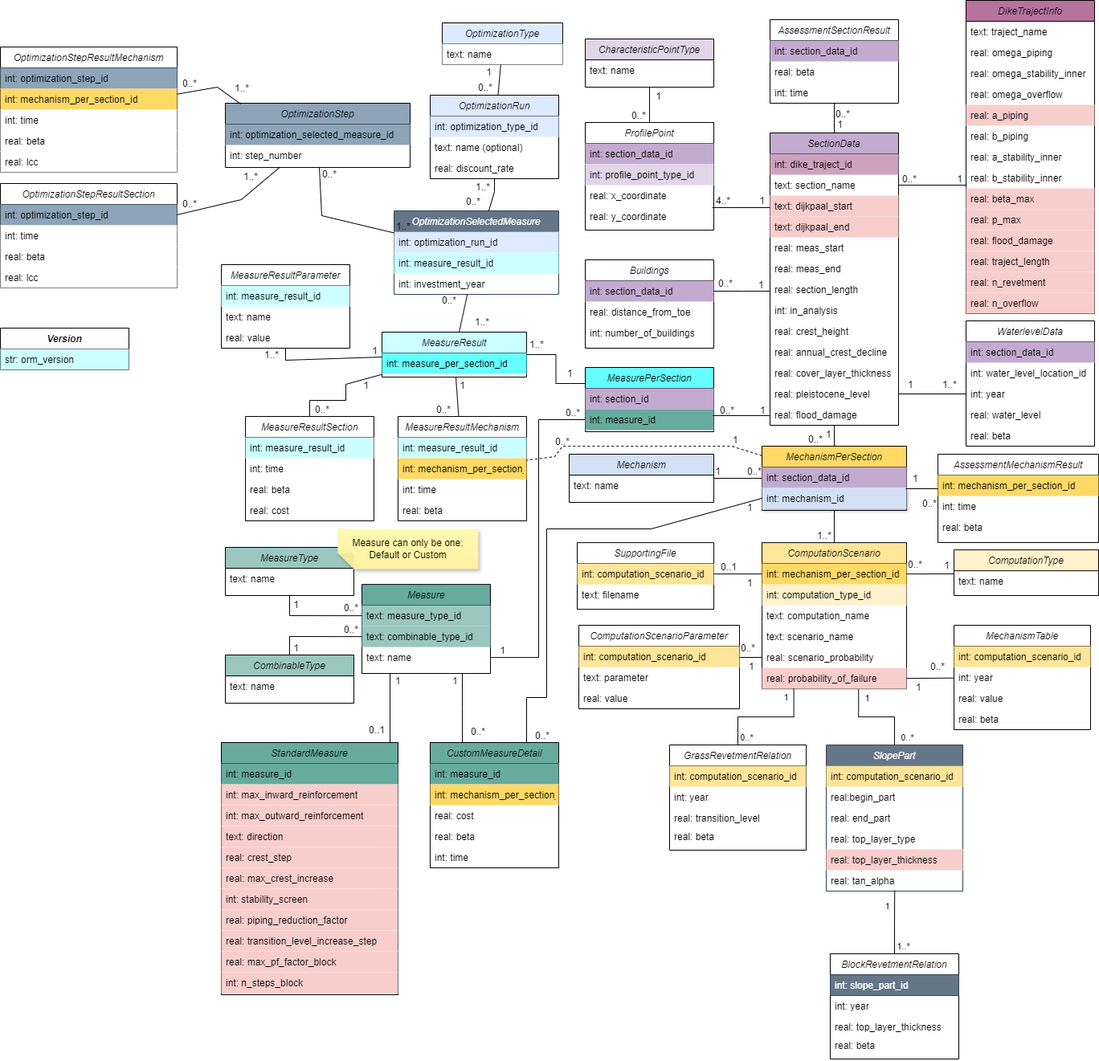
Before: docs/db_diagram/vrtool_sql_input.drawio.png, a diagram exported from draw.io (Deltares/Veiligheidsrendement). Source tidied: cells renumbered, new cells last; positions are measured from the earlier drawing's top-left corner, leaving out a move shared by most shapes.
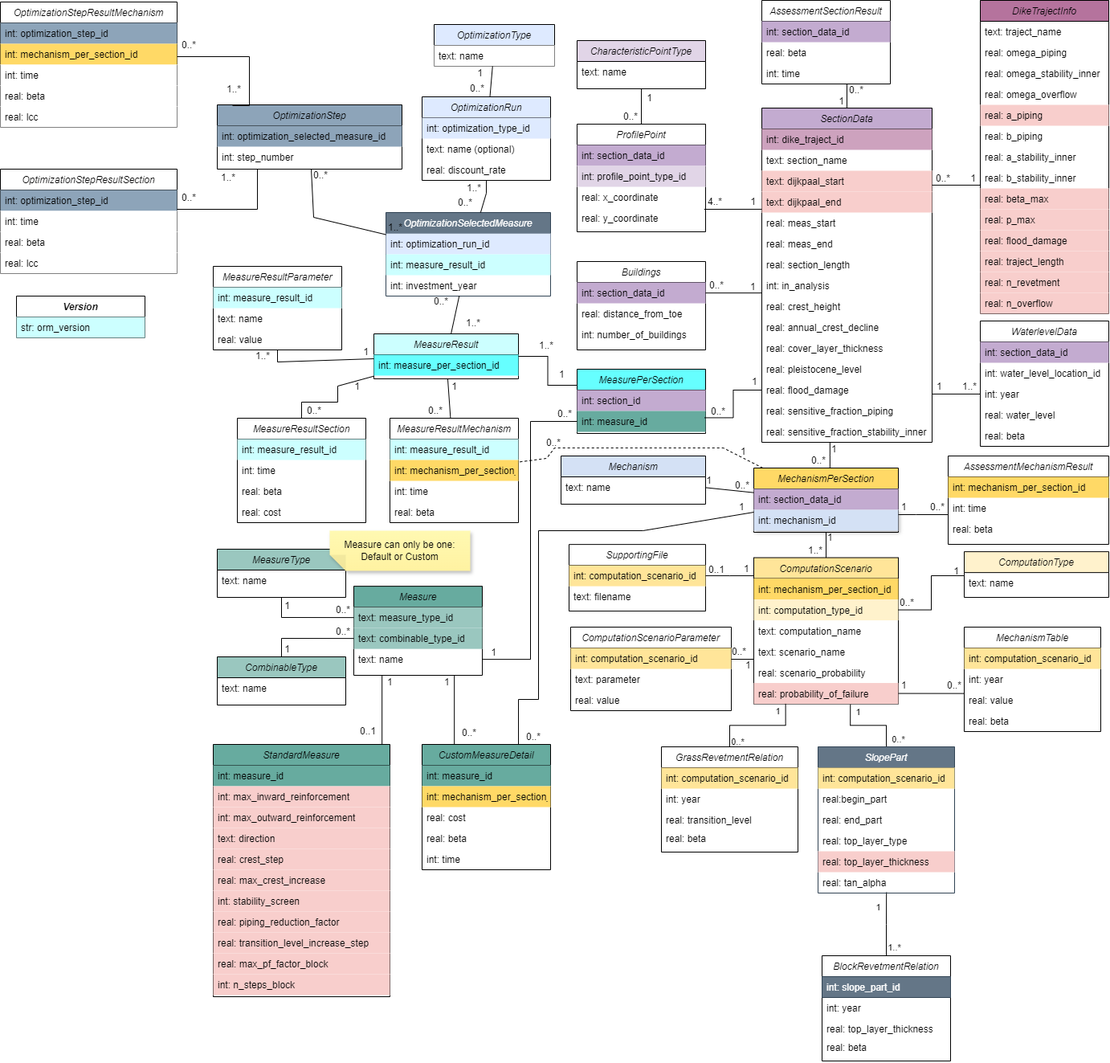
The same diagram one commit later.

Diff of the diagram source:
```diff
@@ -5,43 +5,49 @@
     <mxCell id="2" value="SectionData" style="swimlane;fontStyle=2;align=center;verticalAlign=top;horizontal=1;startSize=26;rounded=0;shadow=0;strokeWidth=1;fillColor=#C3ABD0;" parent="1" vertex="1">
-      <mxGeometry x="958" y="165" width="160" height="364" as="geometry" />
+      <mxGeometry x="958" y="132" width="212" height="416" as="geometry" />
     </mxCell>
     <mxCell id="3" value="int: dike_traject_id" style="text;align=left;verticalAlign=top;spacingLeft=4;spacingRight=4;overflow=hidden;fillColor=#CDA2BE;" parent="2" vertex="1">
-      <mxGeometry y="26" width="160" height="26" as="geometry" />
+      <mxGeometry y="26" width="212" height="26" as="geometry" />
     </mxCell>
     <mxCell id="4" value="text: section_name" style="text;align=left;verticalAlign=top;spacingLeft=4;spacingRight=4;overflow=hidden;rounded=0;shadow=0;html=0;" parent="2" vertex="1">
-      <mxGeometry y="52" width="160" height="26" as="geometry" />
+      <mxGeometry y="52" width="212" height="26" as="geometry" />
     </mxCell>
     <mxCell id="5" value="text: dijkpaal_start" style="text;align=left;verticalAlign=top;spacingLeft=4;spacingRight=4;overflow=hidden;rounded=0;shadow=0;html=0;fillColor=#F8CECC;" parent="2" vertex="1">
-      <mxGeometry y="78" width="160" height="26" as="geometry" />
+      <mxGeometry y="78" width="212" height="26" as="geometry" />
     </mxCell>
     <mxCell id="6" value="text: dijkpaal_end" style="text;align=left;verticalAlign=top;spacingLeft=4;spacingRight=4;overflow=hidden;rounded=0;shadow=0;html=0;fillColor=#F8CECC;" parent="2" vertex="1">
-      <mxGeometry y="104" width="160" height="26" as="geometry" />
+      <mxGeometry y="104" width="212" height="26" as="geometry" />
     </mxCell>
     <mxCell id="7" value="real: meas_start" style="text;align=left;verticalAlign=top;spacingLeft=4;spacingRight=4;overflow=hidden;rounded=0;shadow=0;html=0;" parent="2" vertex="1">
-      <mxGeometry y="130" width="160" height="26" as="geometry" />
+      <mxGeometry y="130" width="212" height="26" as="geometry" />
     </mxCell>
     <mxCell id="8" value="real: meas_end" style="text;align=left;verticalAlign=top;spacingLeft=4;spacingRight=4;overflow=hidden;rounded=0;shadow=0;html=0;" parent="2" vertex="1">
-      <mxGeometry y="156" width="160" height="26" as="geometry" />
+      <mxGeometry y="156" width="212" height="26" as="geometry" />
     </mxCell>
     <mxCell id="9" value="real: section_length" style="text;align=left;verticalAlign=top;spacingLeft=4;spacingRight=4;overflow=hidden;rounded=0;shadow=0;html=0;" parent="2" vertex="1">
-      <mxGeometry y="182" width="160" height="26" as="geometry" />
+      <mxGeometry y="182" width="212" height="26" as="geometry" />
     </mxCell>
     <mxCell id="10" value="int: in_analysis" style="text;align=left;verticalAlign=top;spacingLeft=4;spacingRight=4;overflow=hidden;rounded=0;shadow=0;html=0;" parent="2" vertex="1">
-      <mxGeometry y="208" width="160" height="26" as="geometry" />
+      <mxGeometry y="208" width="212" height="26" as="geometry" />
     </mxCell>
     <mxCell id="11" value="real: crest_height" style="text;align=left;verticalAlign=top;spacingLeft=4;spacingRight=4;overflow=hidden;rounded=0;shadow=0;html=0;" parent="2" vertex="1">
-      <mxGeometry y="234" width="160" height="26" as="geometry" />
+      <mxGeometry y="234" width="212" height="26" as="geometry" />
     </mxCell>
     <mxCell id="12" value="real: annual_crest_decline" style="text;align=left;verticalAlign=top;spacingLeft=4;spacingRight=4;overflow=hidden;rounded=0;shadow=0;html=0;" parent="2" vertex="1">
-      <mxGeometry y="260" width="160" height="26" as="geometry" />
+      <mxGeometry y="260" width="212" height="26" as="geometry" />
     </mxCell>
     <mxCell id="13" value="real: cover_layer_thickness" style="text;align=left;verticalAlign=top;spacingLeft=4;spacingRight=4;overflow=hidden;rounded=0;shadow=0;html=0;" parent="2" vertex="1">
-      <mxGeometry y="286" width="160" height="26" as="geometry" />
+      <mxGeometry y="286" width="212" height="26" as="geometry" />
     </mxCell>
     <mxCell id="14" value="real: pleistocene_level" style="text;align=left;verticalAlign=top;spacingLeft=4;spacingRight=4;overflow=hidden;rounded=0;shadow=0;html=0;" parent="2" vertex="1">
-      <mxGeometry y="312" width="160" height="26" as="geometry" />
+      <mxGeometry y="312" width="212" height="26" as="geometry" />
     </mxCell>
     <mxCell id="15" value="real: flood_damage" style="text;align=left;verticalAlign=top;spacingLeft=4;spacingRight=4;overflow=hidden;points=[[0,0.5],[1,0.5]];portConstraint=eastwest;rounded=0;shadow=0;html=0;" parent="2" vertex="1">
-      <mxGeometry y="338" width="160" height="26" as="geometry" />
+      <mxGeometry y="338" width="212" height="26" as="geometry" />
     </mxCell>
+    <mxCell id="276" value="real: sensitive_fraction_piping" style="text;align=left;verticalAlign=top;spacingLeft=4;spacingRight=4;overflow=hidden;rounded=0;shadow=0;html=0;" parent="2" vertex="1">
+      <mxGeometry y="364" width="212" height="26" as="geometry" />
+    </mxCell>
+    <mxCell id="277" value="real: sensitive_fraction_stability_inner" style="text;align=left;verticalAlign=top;spacingLeft=4;spacingRight=4;overflow=hidden;rounded=0;shadow=0;html=0;" parent="2" vertex="1">
+      <mxGeometry y="390" width="212" height="26" as="geometry" />
+    </mxCell>
     <mxCell id="16" value="Buildings" style="swimlane;fontStyle=2;align=center;verticalAlign=top;horizontal=1;startSize=26;rounded=0;shadow=0;strokeWidth=1;" parent="1" vertex="1">
@@ -86,3 +92,3 @@
     <mxCell id="29" value="MechanismTable" style="swimlane;fontStyle=2;align=center;verticalAlign=top;horizontal=1;startSize=26;rounded=0;shadow=0;strokeWidth=1;fillColor=none;" parent="1" vertex="1">
-      <mxGeometry x="1187" y="778" width="170" height="130" as="geometry" />
+      <mxGeometry x="1210" y="778" width="170" height="130" as="geometry" />
     </mxCell>
@@ -101,3 +107,3 @@
     <mxCell id="34" value="MechanismPerSection" style="swimlane;fontStyle=2;align=center;verticalAlign=top;horizontal=1;startSize=26;rounded=0;shadow=0;strokeWidth=1;fillColor=#FFD966;" parent="1" vertex="1">
-      <mxGeometry x="948" y="555" width="180" height="80" as="geometry" />
+      <mxGeometry x="948" y="580" width="180" height="80" as="geometry" />
     </mxCell>
@@ -119,3 +125,3 @@
     <mxCell id="40" value="WaterlevelData" style="swimlane;fontStyle=2;align=center;verticalAlign=top;horizontal=1;startSize=26;rounded=0;shadow=0;strokeWidth=1;" parent="1" vertex="1">
-      <mxGeometry x="1202" y="399" width="160" height="156" as="geometry" />
+      <mxGeometry x="1230" y="397" width="160" height="156" as="geometry" />
     </mxCell>
@@ -152,3 +158,3 @@
     <mxCell id="51" value="ComputationScenario" style="swimlane;fontStyle=2;align=center;verticalAlign=top;horizontal=1;startSize=26;rounded=0;shadow=0;strokeWidth=1;fillColor=#FFE599;" parent="1" vertex="1">
-      <mxGeometry x="948" y="675.1" width="180" height="182" as="geometry" />
+      <mxGeometry x="948" y="691.6" width="180" height="182" as="geometry" />
     </mxCell>
@@ -172,3 +178,3 @@
     </mxCell>
-    <mxCell id="58" style="endArrow=none;html=1;rounded=0;entryX=0.992;entryY=0.324;entryDx=0;entryDy=0;exitX=0;exitY=0.5;exitDx=0;exitDy=0;entryPerimeter=0;edgeStyle=elbowEdgeStyle;elbow=vertical;" parent="1" edge="1" source="15" target="39">
+    <mxCell id="58" style="endArrow=none;html=1;rounded=0;entryX=0.992;entryY=0.324;entryDx=0;entryDy=0;exitX=0;exitY=0.5;exitDx=0;exitDy=0;entryPerimeter=0;edgeStyle=elbowEdgeStyle;" parent="1" edge="1" source="15" target="39">
       <mxGeometry relative="1" as="geometry" />
@@ -177,3 +183,3 @@
       <mxGeometry x="-1" relative="1" as="geometry">
-        <mxPoint x="-14" y="3" as="offset" />
+        <mxPoint x="-14" y="-1" as="offset" />
       </mxGeometry>
@@ -203,3 +209,3 @@
       <mxGeometry x="-1" relative="1" as="geometry">
-        <mxPoint x="90" y="-148" as="offset" />
+        <mxPoint x="136" y="-172" as="offset" />
       </mxGeometry>
@@ -229,3 +235,3 @@
     </mxCell>
-    <mxCell id="70" style="endArrow=none;html=1;rounded=0;exitX=1;exitY=0.5;exitDx=0;exitDy=0;" parent="1" edge="1" source="57" target="29">
+    <mxCell id="70" style="endArrow=none;html=1;rounded=0;exitX=1;exitY=0.5;exitDx=0;exitDy=0;edgeStyle=elbowEdgeStyle;elbow=vertical;" parent="1" edge="1" source="57" target="29">
       <mxGeometry relative="1" as="geometry" />
@@ -234,3 +240,3 @@
       <mxGeometry x="-1" relative="1" as="geometry">
-        <mxPoint x="10" y="20" as="offset" />
+        <mxPoint x="2" y="-1" as="offset" />
       </mxGeometry>
@@ -239,3 +245,3 @@
       <mxGeometry x="1" relative="1" as="geometry">
-        <mxPoint x="-10" y="-6" as="offset" />
+        <mxPoint x="-1" y="-1" as="offset" />
       </mxGeometry>
@@ -259,3 +265,3 @@
       <mxGeometry x="-1" relative="1" as="geometry">
-        <mxPoint x="-20" as="offset" />
+        <mxPoint x="-25" as="offset" />
       </mxGeometry>
@@ -294,3 +300,3 @@
     <mxCell id="86" value="ComputationType" style="swimlane;fontStyle=2;align=center;verticalAlign=top;horizontal=1;startSize=26;rounded=0;shadow=0;strokeWidth=1;fillColor=#FFF2CC;" parent="1" vertex="1">
-      <mxGeometry x="1187" y="684.1" width="180" height="56.9" as="geometry" />
+      <mxGeometry x="1210" y="684.1" width="180" height="56.9" as="geometry" />
     </mxCell>
@@ -299,3 +305,3 @@
     </mxCell>
-    <mxCell id="88" style="endArrow=none;html=1;rounded=0;exitX=1;exitY=0.5;exitDx=0;exitDy=0;entryX=0;entryY=0.15;entryDx=0;entryDy=0;entryPerimeter=0;" parent="1" edge="1" source="52" target="87">
+    <mxCell id="88" style="endArrow=none;html=1;rounded=0;entryX=0;entryY=0.15;entryDx=0;entryDy=0;entryPerimeter=0;edgeStyle=elbowEdgeStyle;" parent="1" edge="1" source="53" target="87">
       <mxGeometry relative="1" as="geometry" />
@@ -303,5 +309,3 @@
     <mxCell id="89" value="0..*" style="html=1;whiteSpace=wrap;align=left;verticalAlign=bottom;" parent="88" vertex="1">
-      <mxGeometry x="-1" relative="1" as="geometry">
-        <mxPoint y="-3" as="offset" />
-      </mxGeometry>
+      <mxGeometry x="-1" relative="1" as="geometry" />
     </mxCell>
@@ -309,6 +313,6 @@
       <mxGeometry x="1" relative="1" as="geometry">
-        <mxPoint x="-4" y="-2" as="offset" />
+        <mxPoint x="-4" y="4" as="offset" />
       </mxGeometry>
     </mxCell>
-    <mxCell id="91" style="endArrow=none;html=1;rounded=0;" parent="1" edge="1" source="2" target="34">
+    <mxCell id="91" style="endArrow=none;html=1;rounded=0;edgeStyle=elbowEdgeStyle;" parent="1" edge="1" source="2" target="34">
       <mxGeometry relative="1" as="geometry" />
@@ -317,3 +321,3 @@
       <mxGeometry x="-1" relative="1" as="geometry">
-        <mxPoint x="-12" y="20" as="offset" />
+        <mxPoint y="18" as="offset" />
       </mxGeometry>
@@ -322,3 +326,3 @@
       <mxGeometry x="1" relative="1" as="geometry">
-        <mxPoint x="-13" as="offset" />
+        <mxPoint x="-3" as="offset" />
       </mxGeometry>
@@ -397,3 +401,3 @@
       <mxGeometry x="-1" relative="1" as="geometry">
-        <mxPoint x="-20" y="20" as="offset" />
+        <mxPoint x="-20" y="3" as="offset" />
       </mxGeometry>
@@ -475,3 +479,3 @@
     <mxCell id="132" value="DikeTrajectInfo" style="swimlane;fontStyle=2;align=center;verticalAlign=top;horizontal=1;startSize=26;rounded=0;shadow=0;strokeWidth=1;fillColor=#B5739D;" parent="1" vertex="1">
-      <mxGeometry x="1202" width="160" height="390" as="geometry" />
+      <mxGeometry x="1230" y="-2" width="160" height="390" as="geometry" />
     </mxCell>
@@ -541,3 +545,3 @@
     </mxCell>
-    <mxCell id="153" style="endArrow=none;html=1;rounded=0;entryX=1;entryY=0.5;entryDx=0;entryDy=0;exitX=0;exitY=0.5;exitDx=0;exitDy=0;" parent="1" edge="1" source="52" target="151">
+    <mxCell id="153" style="endArrow=none;html=1;rounded=0;edgeStyle=elbowEdgeStyle;elbow=vertical;" parent="1" edge="1" source="51" target="151">
       <mxGeometry relative="1" as="geometry" />
@@ -546,3 +550,3 @@
       <mxGeometry x="-1" relative="1" as="geometry">
-        <mxPoint x="-20" y="20" as="offset" />
+        <mxPoint x="-14" y="1" as="offset" />
       </mxGeometry>
@@ -551,3 +555,3 @@
       <mxGeometry x="1" relative="1" as="geometry">
-        <mxPoint x="30" as="offset" />
+        <mxPoint x="26" y="2" as="offset" />
       </mxGeometry>
@@ -644,9 +648,9 @@
     </mxCell>
-    <mxCell id="182" style="jettySize=auto;html=1;rounded=0;entryX=0;entryY=0.5;entryDx=0;entryDy=0;strokeColor=default;endArrow=none;endFill=0;" parent="1" edge="1" target="43">
-      <mxGeometry relative="1" as="geometry">
-        <mxPoint x="1118" y="490" as="sourcePoint" />
-      </mxGeometry>
+    <mxCell id="182" style="jettySize=auto;html=1;rounded=0;entryX=0;entryY=0.5;entryDx=0;entryDy=0;strokeColor=default;endArrow=none;endFill=0;edgeStyle=elbowEdgeStyle;elbow=vertical;" parent="1" edge="1" source="2" target="43">
+      <mxGeometry relative="1" as="geometry" />
     </mxCell>
     <mxCell id="183" value="1..*" style="html=1;whiteSpace=wrap;align=right;verticalAlign=bottom;fillColor=none;" parent="1" vertex="1">
-      <mxGeometry x="1192" y="487" as="geometry" />
+      <mxGeometry x="1200" y="487" as="geometry">
+        <mxPoint x="28" y="1" as="offset" />
+      </mxGeometry>
     </mxCell>
@@ -662,3 +666,3 @@
     <mxCell id="185" value="1" style="html=1;whiteSpace=wrap;align=left;verticalAlign=bottom;" parent="1" vertex="1">
-      <mxGeometry x="928" y="839" as="geometry">
+      <mxGeometry x="934" y="836" as="geometry">
         <mxPoint x="2" y="-1" as="offset" />
@@ -667,3 +671,3 @@
     <mxCell id="186" value="0..*" style="html=1;whiteSpace=wrap;align=right;verticalAlign=bottom;" parent="1" vertex="1">
-      <mxGeometry x="940" y="822" as="geometry">
+      <mxGeometry x="940" y="825" as="geometry">
         <mxPoint x="1" y="-7" as="offset" />
@@ -672,3 +676,3 @@
     <mxCell id="187" value="AssessmentSectionResult" style="swimlane;fontStyle=2;align=center;verticalAlign=top;horizontal=1;startSize=26;rounded=0;shadow=0;strokeWidth=1;" parent="1" vertex="1">
-      <mxGeometry x="958" y="24" width="160" height="104" as="geometry" />
+      <mxGeometry x="958" y="-2" width="160" height="104" as="geometry" />
     </mxCell>
@@ -683,3 +687,3 @@
     </mxCell>
-    <mxCell id="191" style="endArrow=none;html=1;rounded=0;entryX=0.5;entryY=0;entryDx=0;entryDy=0;" parent="1" edge="1" source="187" target="2">
+    <mxCell id="191" style="endArrow=none;html=1;rounded=0;entryX=0.5;entryY=0;entryDx=0;entryDy=0;edgeStyle=elbowEdgeStyle;" parent="1" edge="1" source="187" target="2">
       <mxGeometry relative="1" as="geometry" />
@@ -688,3 +692,3 @@
       <mxGeometry x="1" relative="1" as="geometry">
-        <mxPoint x="12" y="-2" as="offset" />
+        <mxPoint x="-1" y="1" as="offset" />
       </mxGeometry>
@@ -692,3 +696,3 @@
     <mxCell id="193" value="AssessmentMechanismResult" style="swimlane;fontStyle=2;align=center;verticalAlign=top;horizontal=1;startSize=26;rounded=0;shadow=0;strokeWidth=1;" parent="1" vertex="1">
-      <mxGeometry x="1167" y="565" width="200" height="110" as="geometry" />
+      <mxGeometry x="1190" y="565" width="200" height="110" as="geometry" />
     </mxCell>
@@ -703,15 +707,14 @@
     </mxCell>
-    <mxCell id="197" style="jettySize=auto;html=1;rounded=0;strokeColor=default;endArrow=none;endFill=0;exitX=0.994;exitY=1.038;exitDx=0;exitDy=0;exitPerimeter=0;edgeStyle=elbowEdgeStyle;elbow=vertical;" parent="1" edge="1" source="35" target="193">
-      <mxGeometry relative="1" as="geometry" />
+    <mxCell id="197" style="jettySize=auto;html=1;rounded=0;strokeColor=default;endArrow=none;endFill=0;edgeStyle=elbowEdgeStyle;elbow=vertical;" parent="1" edge="1" source="34" target="193">
+      <mxGeometry relative="1" as="geometry">
+        <Array as="points">
+          <mxPoint x="1150" y="638" />
+        </Array>
+      </mxGeometry>
     </mxCell>
-    <mxCell id="198" value="1" style="html=1;whiteSpace=wrap;align=left;verticalAlign=bottom;" parent="1" vertex="1">
-      <mxGeometry x="1132" y="504" as="geometry">
-        <mxPoint x="2" y="100" as="offset" />
-      </mxGeometry>
-    </mxCell>
     <mxCell id="199" value="0..*" style="html=1;whiteSpace=wrap;align=left;verticalAlign=bottom;" parent="1" vertex="1">
-      <mxGeometry x="1038" y="150" as="geometry" />
+      <mxGeometry x="1065" y="119" as="geometry" />
     </mxCell>
     <mxCell id="200" value="0..*" style="html=1;whiteSpace=wrap;align=left;verticalAlign=bottom;" parent="1" vertex="1">
-      <mxGeometry x="1000" y="188" as="geometry">
+      <mxGeometry x="1020" y="191" as="geometry">
         <mxPoint x="146" y="447" as="offset" />
@@ -734,3 +737,3 @@
     <mxCell id="205" value="1..*" style="html=1;whiteSpace=wrap;align=right;verticalAlign=bottom;fillColor=none;" parent="1" vertex="1">
-      <mxGeometry x="1240" y="595" as="geometry">
+      <mxGeometry x="1263" y="595" as="geometry">
         <mxPoint x="-562" y="-158" as="offset" />
@@ -939,3 +942,3 @@
       <mxGeometry x="-1" relative="1" as="geometry">
-        <mxPoint x="-38" y="-11" as="offset" />
+        <mxPoint x="-29" y="-11" as="offset" />
       </mxGeometry>
@@ -948,3 +951,3 @@
     <mxCell id="257" value="OptimizationStepResultMechanism" style="swimlane;fontStyle=2;align=center;verticalAlign=top;horizontal=1;startSize=26;rounded=0;shadow=0;strokeWidth=1;fillColor=#FFFFFF;" parent="1" vertex="1">
-      <mxGeometry y="58" width="220" height="156" as="geometry" />
+      <mxGeometry x="10" width="220" height="156" as="geometry" />
     </mxCell>
@@ -965,6 +968,6 @@
     </mxCell>
-    <mxCell id="263" style="endArrow=none;html=1;rounded=0;exitX=0.083;exitY=0.012;exitDx=0;exitDy=0;exitPerimeter=0;" parent="1" edge="1" source="232" target="257">
+    <mxCell id="263" style="endArrow=none;html=1;rounded=0;exitX=0.083;exitY=0.012;exitDx=0;exitDy=0;exitPerimeter=0;edgeStyle=elbowEdgeStyle;" parent="1" edge="1" source="232" target="257">
       <mxGeometry relative="1" as="geometry">
         <Array as="points">
-          <mxPoint x="270" y="108" />
+          <mxPoint x="320" y="68" />
         </Array>
@@ -983,3 +986,3 @@
     <mxCell id="266" value="OptimizationStepResultSection" style="swimlane;fontStyle=2;align=center;verticalAlign=top;horizontal=1;startSize=26;rounded=0;shadow=0;strokeWidth=1;fillColor=#FFFFFF;" parent="1" vertex="1">
-      <mxGeometry y="228" width="220" height="130" as="geometry" />
+      <mxGeometry x="10" y="208" width="220" height="130" as="geometry" />
     </mxCell>
@@ -997,6 +1000,6 @@
     </mxCell>
-    <mxCell id="271" style="endArrow=none;html=1;rounded=0;" parent="1" edge="1" source="232" target="266">
+    <mxCell id="271" style="endArrow=none;html=1;rounded=0;edgeStyle=elbowEdgeStyle;" parent="1" edge="1" source="232" target="266">
       <mxGeometry relative="1" as="geometry">
         <Array as="points">
-          <mxPoint x="300" y="248" />
+          <mxPoint x="330" y="258" />
         </Array>
@@ -1015,3 +1018,3 @@
     <mxCell id="274" value="Version" style="swimlane;fontStyle=3;align=center;verticalAlign=top;horizontal=1;startSize=26;rounded=0;shadow=0;strokeWidth=1;fillColor=#FFFFFF;" parent="1" vertex="1">
-      <mxGeometry y="408" width="160" height="52" as="geometry" />
+      <mxGeometry x="30" y="366" width="160" height="52" as="geometry" />
     </mxCell>
@@ -1020,2 +1023,8 @@
     </mxCell>
+    <mxCell id="278" value="1" style="html=1;whiteSpace=wrap;align=left;verticalAlign=bottom;direction=south;" parent="1" vertex="1">
+      <mxGeometry x="1130" y="638" as="geometry" />
+    </mxCell>
+    <mxCell id="279" value="1" style="html=1;whiteSpace=wrap;align=left;verticalAlign=bottom;direction=south;" parent="1" vertex="1">
+      <mxGeometry x="1038" y="675.1" as="geometry" />
+    </mxCell>
   </root>
```
